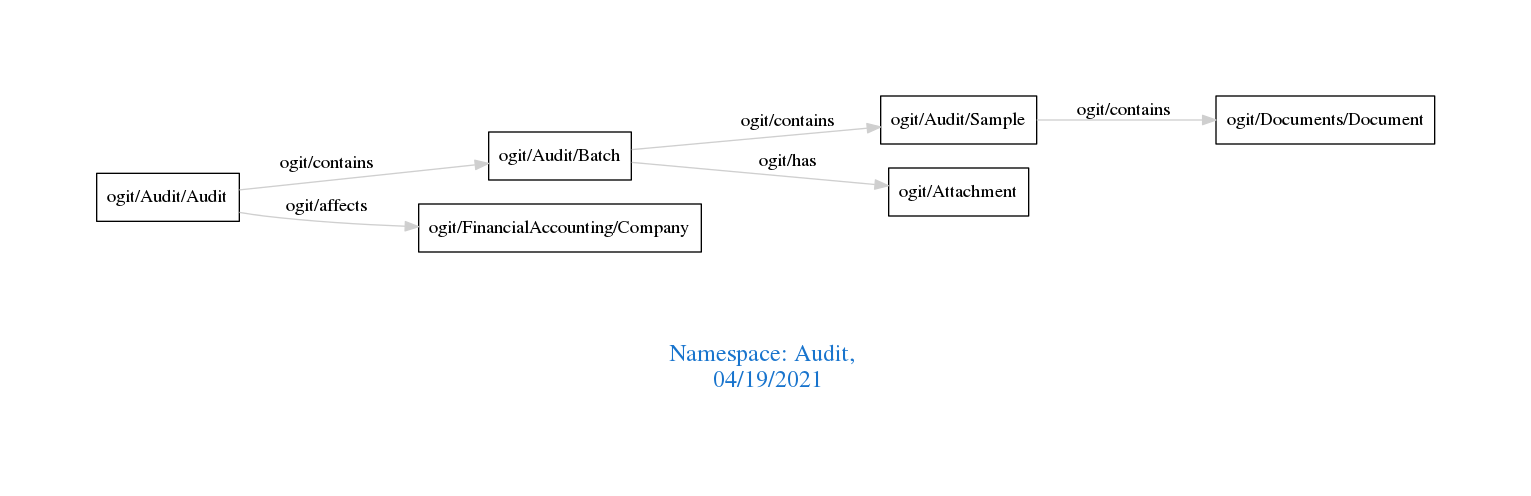
The Graphviz diagram downloads/Audit.png in arago/OGIT, before a commit. Its source is kept beside it as downloads/Audit.dot.
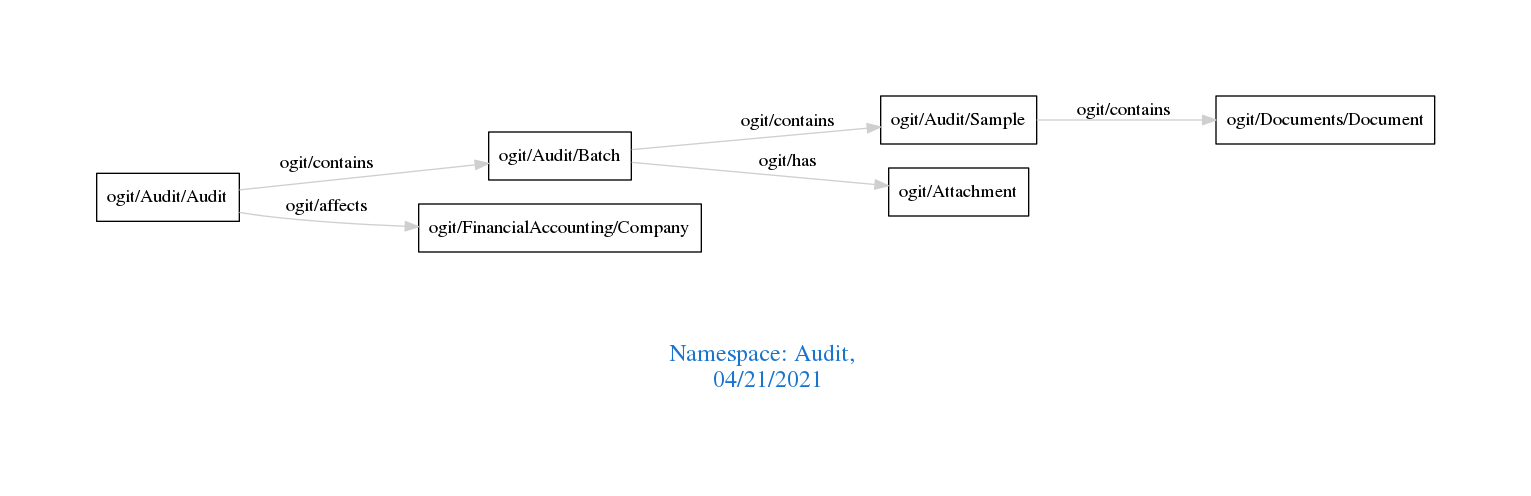
After the commit.

Diff of the diagram source:
```diff
@@ -1,7 +1,7 @@
 digraph OGIT_ontology {
  graph [ rankdir= LR,pad=1
 fontsize = 18,
-fontcolor= dodgerblue3,label = "\n\n\nNamespace: Audit, \n 04/19/2021"];
+fontcolor= dodgerblue3,label = "\n\n\nNamespace: Audit, \n 04/21/2021"];
 node[shape=polygon];
 edge [  color="gray81"];
 
```
